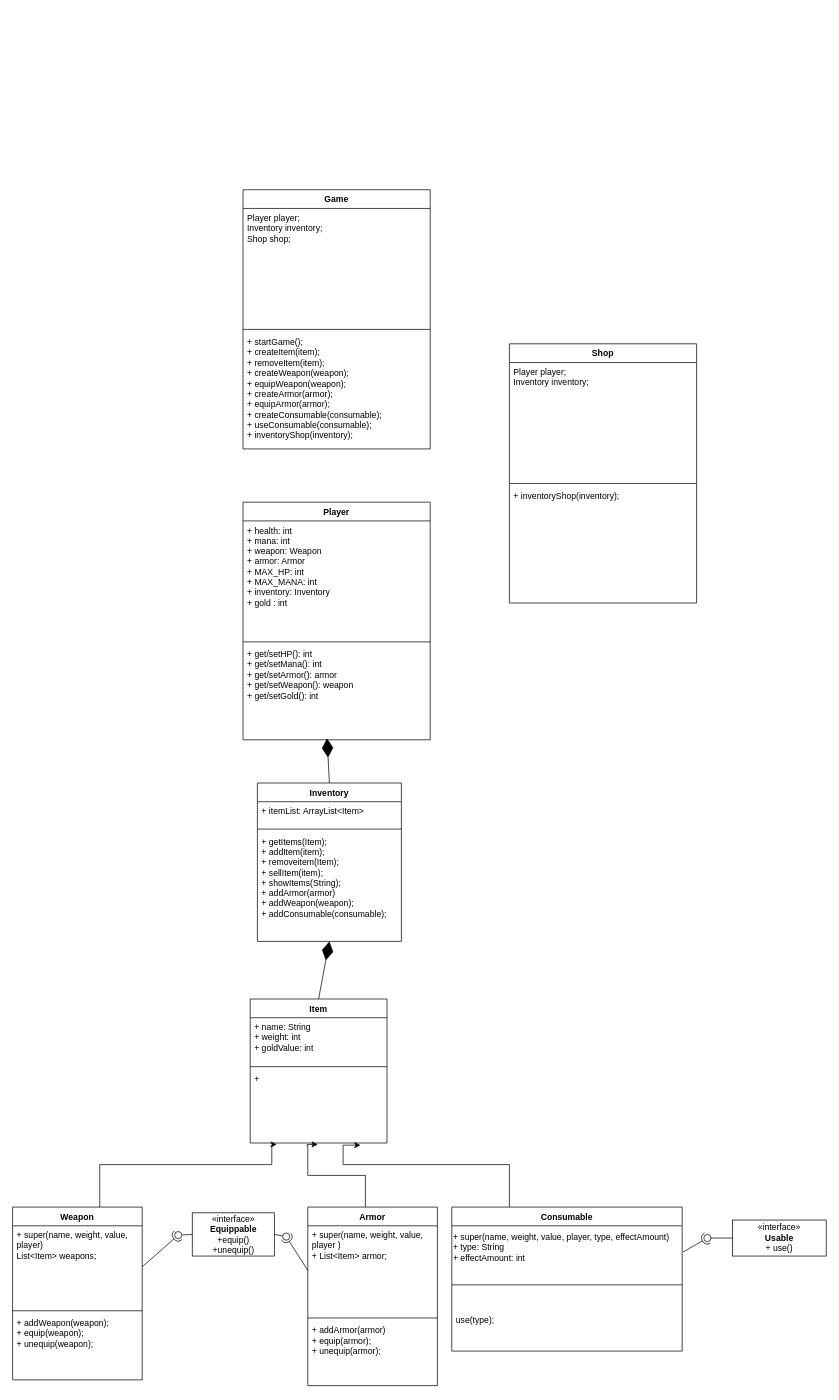
The draw.io diagram RPG-Slutuppgift-2024.drawio in Mezea11/RPG-Slutuppgift.2024, before the edit. Source tidied: cells renumbered, new cells numbered last; positions are measured from the earlier drawing's top-left corner, leaving out a move shared by most shapes. Both pictures are drawn from the tidied source at 72%, with x=0, y=0 at pixel (12, 189).
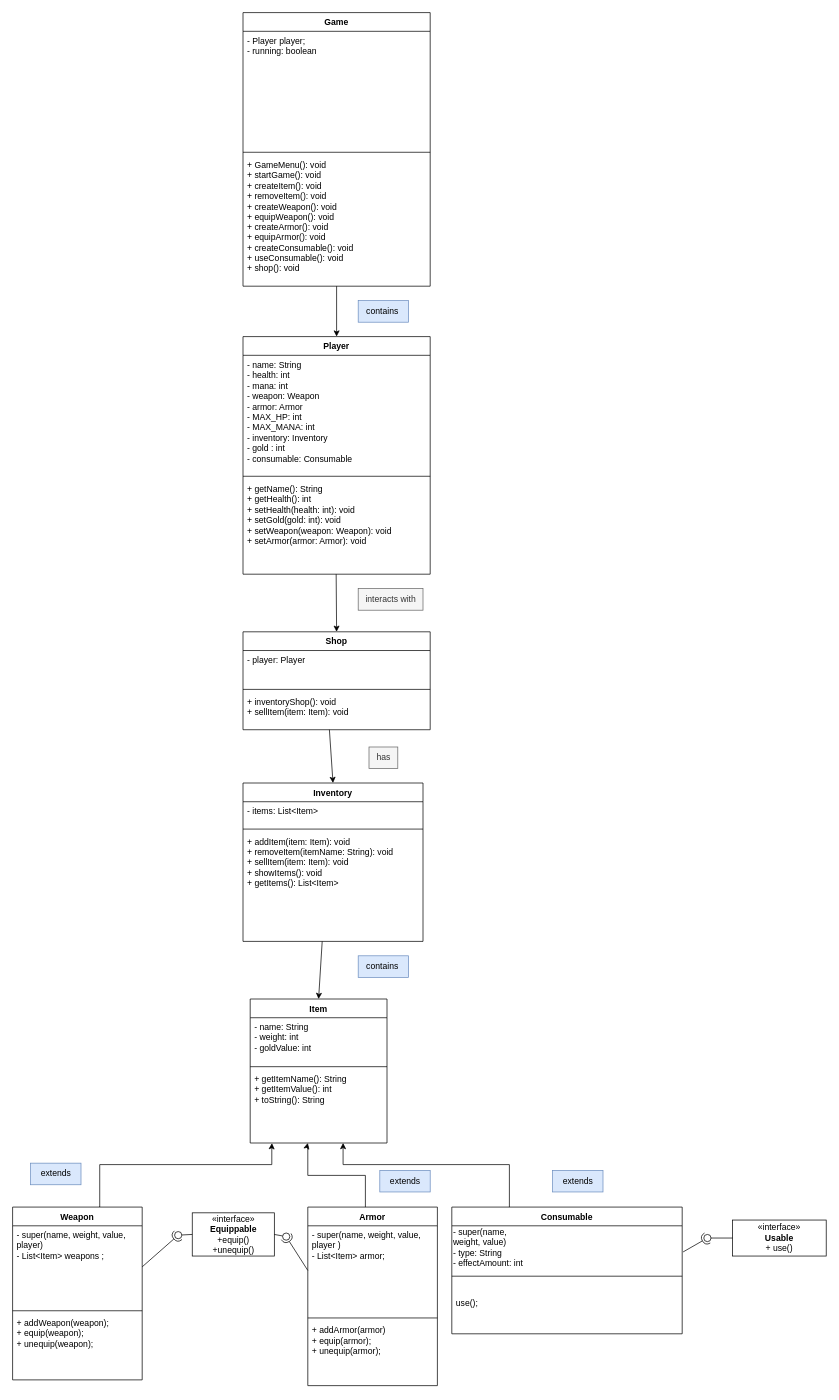
The same page after the edit.

The change refers to these unchanged cells:
```xml
<mxCell id="6" value="Item" style="swimlane;fontStyle=1;align=center;verticalAlign=top;horizontal=1;startSize=26;whiteSpace=wrap;html=1;" parent="1" vertex="1">
  <mxGeometry x="330" y="1124" width="190" height="200" as="geometry" />
</mxCell>
<mxCell id="10" value="Armor" style="swimlane;fontStyle=1;align=center;verticalAlign=top;horizontal=1;startSize=26;whiteSpace=wrap;html=1;" parent="1" vertex="1">
  <mxGeometry x="410" y="1413" width="180" height="248" as="geometry" />
</mxCell>
<mxCell id="33" value="Weapon" style="swimlane;fontStyle=1;align=center;verticalAlign=top;horizontal=1;startSize=26;whiteSpace=wrap;html=1;" parent="1" vertex="1">
  <mxGeometry y="1413" width="180" height="240" as="geometry" />
</mxCell>
```

What changed in the source:
```diff
@@
     <mxCell id="2" value="Inventory" style="swimlane;fontStyle=1;align=center;verticalAlign=top;horizontal=1;startSize=26;whiteSpace=wrap;html=1;" parent="1" vertex="1">
-      <mxGeometry x="340" y="824" width="200" height="220" as="geometry" />
+      <mxGeometry x="320" y="824" width="250" height="220" as="geometry" />
     </mxCell>
-    <mxCell id="3" value="+ itemList: ArrayList&amp;lt;Item&amp;gt;" style="text;strokeColor=none;fillColor=none;align=left;verticalAlign=top;spacingLeft=4;spacingRight=4;overflow=hidden;whiteSpace=wrap;html=1;" parent="2" vertex="1">
-      <mxGeometry y="26" width="200" height="34" as="geometry" />
+    <mxCell id="3" value="- items: List&amp;lt;Item&amp;gt;" style="text;strokeColor=none;fillColor=none;align=left;verticalAlign=top;spacingLeft=4;spacingRight=4;overflow=hidden;whiteSpace=wrap;html=1;" parent="2" vertex="1">
+      <mxGeometry y="26" width="250" height="34" as="geometry" />
     </mxCell>
     <mxCell id="4" style="line;strokeWidth=1;fillColor=none;align=left;verticalAlign=middle;spacingTop=-1;spacingLeft=3;spacingRight=3;labelPosition=right;strokeColor=inherit;" parent="2" vertex="1">
-      <mxGeometry y="60" width="200" height="8" as="geometry" />
+      <mxGeometry y="60" width="250" height="8" as="geometry" />
     </mxCell>
-    <mxCell id="5" value="&lt;div&gt;&lt;span style=&quot;background-color: initial; color: rgb(0, 0, 0); --darkreader-inline-bgcolor: initial; --darkreader-inline-color: #e8e6e3;&quot;&gt;+ getItems(Item);&lt;/span&gt;&lt;/div&gt;&lt;div&gt;&lt;span style=&quot;background-color: initial;&quot;&gt;+ addItem(item);&lt;/span&gt;&lt;/div&gt;&lt;div&gt;+ removeitem(Item);&lt;br&gt;&lt;/div&gt;&lt;div&gt;+ sellItem(item);&lt;/div&gt;&lt;div&gt;+ showItems(String);&lt;/div&gt;&lt;div&gt;+ addArmor(armor)&lt;/div&gt;&lt;div&gt;+ addWeapon(weapon);&lt;/div&gt;&lt;div&gt;+ addConsumable(consumable);&lt;/div&gt;" style="text;strokeColor=none;fillColor=none;align=left;verticalAlign=top;spacingLeft=4;spacingRight=4;overflow=hidden;whiteSpace=wrap;html=1;" parent="2" vertex="1">
-      <mxGeometry y="68" width="200" height="152" as="geometry" />
+    <mxCell id="5" value="+ addItem(item: Item): void&lt;div&gt;+ removeItem(itemName: String): void&lt;/div&gt;&lt;div&gt;+ sellItem(item: Item): void&lt;/div&gt;&lt;div&gt;+ showItems(): void&lt;/div&gt;&lt;div&gt;+ getItems(): List&amp;lt;Item&amp;gt;&lt;/div&gt;" style="text;strokeColor=none;fillColor=none;align=left;verticalAlign=top;spacingLeft=4;spacingRight=4;overflow=hidden;whiteSpace=wrap;html=1;" parent="2" vertex="1">
+      <mxGeometry y="68" width="250" height="152" as="geometry" />
     </mxCell>
@@
-    <mxCell id="7" value="+ name: String&lt;div&gt;+ weight: int&lt;/div&gt;&lt;div&gt;+ goldValue: int&lt;/div&gt;" style="text;strokeColor=none;fillColor=none;align=left;verticalAlign=top;spacingLeft=4;spacingRight=4;overflow=hidden;whiteSpace=wrap;html=1;" parent="6" vertex="1">
+    <mxCell id="7" value="- name: String&lt;div&gt;- weight: int&lt;/div&gt;&lt;div&gt;- goldValue: int&lt;/div&gt;" style="text;strokeColor=none;fillColor=none;align=left;verticalAlign=top;spacingLeft=4;spacingRight=4;overflow=hidden;whiteSpace=wrap;html=1;" parent="6" vertex="1">
       <mxGeometry y="26" width="190" height="64" as="geometry" />
     </mxCell>
@@
-    <mxCell id="9" value="+" style="text;strokeColor=none;fillColor=none;align=left;verticalAlign=top;spacingLeft=4;spacingRight=4;overflow=hidden;points=[[0,0.5],[1,0.5]];portConstraint=eastwest;whiteSpace=wrap;html=1;" parent="6" vertex="1">
+    <mxCell id="9" value="+ getItemName(): String&lt;div&gt;+ getItemValue(): int&lt;/div&gt;&lt;div&gt;+ toString(): String&amp;nbsp;&lt;/div&gt;" style="text;strokeColor=none;fillColor=none;align=left;verticalAlign=top;spacingLeft=4;spacingRight=4;overflow=hidden;points=[[0,0.5],[1,0.5]];portConstraint=eastwest;whiteSpace=wrap;html=1;" parent="6" vertex="1">
       <mxGeometry y="98" width="190" height="102" as="geometry" />
     </mxCell>
@@
-    <mxCell id="11" value="&lt;div&gt;+ super(name, weight, value, player )&lt;br&gt;&lt;/div&gt;&lt;div&gt;+ List&amp;lt;Item&amp;gt; armor;&lt;/div&gt;" style="text;strokeColor=none;fillColor=none;align=left;verticalAlign=top;spacingLeft=4;spacingRight=4;overflow=hidden;points=[[0,0.5],[1,0.5]];portConstraint=eastwest;whiteSpace=wrap;html=1;" parent="10" vertex="1">
+    <mxCell id="11" value="&lt;div&gt;- super(name, weight, value, player )&lt;br&gt;&lt;/div&gt;&lt;div&gt;- List&amp;lt;Item&amp;gt; armor;&lt;/div&gt;" style="text;strokeColor=none;fillColor=none;align=left;verticalAlign=top;spacingLeft=4;spacingRight=4;overflow=hidden;points=[[0,0.5],[1,0.5]];portConstraint=eastwest;whiteSpace=wrap;html=1;" parent="10" vertex="1">
       <mxGeometry y="26" width="180" height="124" as="geometry" />
     </mxCell>
@@
     <mxCell id="14" value="Consumable" style="swimlane;fontStyle=1;align=center;verticalAlign=top;horizontal=1;startSize=26;whiteSpace=wrap;html=1;" parent="1" vertex="1">
-      <mxGeometry x="610" y="1413" width="320" height="200" as="geometry" />
+      <mxGeometry x="610" y="1413" width="320" height="176" as="geometry" />
     </mxCell>
-    <mxCell id="15" value="+ super(name, weight, value, player, type, effectAmount)&lt;div&gt;+ type: String&lt;/div&gt;&lt;div&gt;+ effectAmount: int&lt;/div&gt;" style="text;html=1;align=left;verticalAlign=middle;points=[];strokeColor=none;fillColor=none;" parent="14" vertex="1">
+    <mxCell id="15" value="&lt;div&gt;-&amp;nbsp;&lt;span style=&quot;text-wrap: wrap; background-color: initial;&quot;&gt;super(name, weight, value)&lt;/span&gt;&lt;/div&gt;&lt;div&gt;- type: String&lt;/div&gt;&lt;div&gt;- effectAmount: int&lt;/div&gt;" style="text;html=1;align=left;verticalAlign=middle;points=[];strokeColor=none;fillColor=none;" parent="14" vertex="1">
       <mxGeometry y="26" width="320" height="60" as="geometry" />
     </mxCell>
     <mxCell id="16" style="line;strokeWidth=1;fillColor=none;align=left;verticalAlign=middle;spacingTop=-1;spacingLeft=3;spacingRight=3;labelPosition=right;strokeColor=inherit;" parent="14" vertex="1">
-      <mxGeometry y="86" width="320" height="44" as="geometry" />
+      <mxGeometry y="86" width="320" height="20" as="geometry" />
     </mxCell>
-    <mxCell id="17" value="&lt;div&gt;&lt;br&gt;&lt;/div&gt;use(type);" style="text;strokeColor=none;fillColor=none;align=left;verticalAlign=top;spacingLeft=4;spacingRight=4;overflow=hidden;whiteSpace=wrap;html=1;" parent="14" vertex="1">
-      <mxGeometry y="130" width="320" height="70" as="geometry" />
+    <mxCell id="17" value="&lt;div&gt;&lt;br&gt;&lt;/div&gt;use();" style="text;strokeColor=none;fillColor=none;align=left;verticalAlign=top;spacingLeft=4;spacingRight=4;overflow=hidden;whiteSpace=wrap;html=1;" parent="14" vertex="1">
+      <mxGeometry y="106" width="320" height="70" as="geometry" />
     </mxCell>
@@
-    <mxCell id="20" style="edgeStyle=orthogonalEdgeStyle;rounded=0;jettySize=auto;html=1;entryX=0.194;entryY=1.02;entryDx=0;entryDy=0;entryPerimeter=0;" parent="1" edge="1" target="9">
+    <mxCell id="20" style="edgeStyle=orthogonalEdgeStyle;rounded=0;jettySize=auto;html=1;entryX=0.159;entryY=1.002;entryDx=0;entryDy=0;entryPerimeter=0;" parent="1" edge="1" target="9">
       <mxGeometry relative="1" as="geometry">
         <mxPoint x="120" y="1413" as="sourcePoint" />
         <Array as="points">
           <mxPoint x="121" y="1413" />
           <mxPoint x="121" y="1354" />
           <mxPoint x="360" y="1354" />
           <mxPoint x="360" y="1328" />
-          <mxPoint x="361" y="1328" />
         </Array>
       </mxGeometry>
     </mxCell>
-    <mxCell id="21" style="edgeStyle=orthogonalEdgeStyle;rounded=0;jettySize=auto;html=1;entryX=0.494;entryY=1.02;entryDx=0;entryDy=0;entryPerimeter=0;" parent="1" edge="1" source="10" target="9">
+    <mxCell id="21" style="edgeStyle=orthogonalEdgeStyle;rounded=0;jettySize=auto;html=1;" parent="1" edge="1" source="10">
       <mxGeometry relative="1" as="geometry">
+        <mxPoint x="410" y="1324" as="targetPoint" />
         <Array as="points">
           <mxPoint x="490" y="1369" />
           <mxPoint x="410" y="1369" />
           <mxPoint x="410" y="1328" />
           <mxPoint x="409" y="1328" />
         </Array>
       </mxGeometry>
     </mxCell>
-    <mxCell id="22" style="edgeStyle=orthogonalEdgeStyle;rounded=0;jettySize=auto;html=1;entryX=0.806;entryY=1.029;entryDx=0;entryDy=0;entryPerimeter=0;" parent="1" edge="1" source="14" target="9">
+    <mxCell id="22" style="edgeStyle=orthogonalEdgeStyle;rounded=0;jettySize=auto;html=1;" parent="1" edge="1" source="14" target="9">
       <mxGeometry relative="1" as="geometry">
         <Array as="points">
           <mxPoint x="690" y="1354" />
           <mxPoint x="459" y="1354" />
         </Array>
       </mxGeometry>
     </mxCell>
-    <mxCell id="23" style="endArrow=diamondThin;endFill=1;endSize=24;html=1;rounded=0;exitX=0.5;exitY=0;exitDx=0;exitDy=0;" parent="1" edge="1" source="6">
-      <mxGeometry relative="1" as="geometry">
-        <mxPoint x="440" y="1044" as="targetPoint" />
-      </mxGeometry>
-    </mxCell>
@@
-    <mxCell id="34" value="&lt;div&gt;+ super(name, weight, value, player)&lt;/div&gt;&lt;div&gt;List&amp;lt;Item&amp;gt; weapons;&lt;/div&gt;&lt;div&gt;&lt;br&gt;&lt;/div&gt;" style="text;strokeColor=none;fillColor=none;align=left;verticalAlign=top;spacingLeft=4;spacingRight=4;overflow=hidden;points=[[0,0.5],[1,0.5]];portConstraint=eastwest;whiteSpace=wrap;html=1;" parent="33" vertex="1">
+    <mxCell id="34" value="&lt;div&gt;- super(name, weight, value, player)&lt;/div&gt;&lt;div&gt;- List&amp;lt;Item&amp;gt; weapons ;&lt;/div&gt;&lt;div&gt;&lt;br&gt;&lt;/div&gt;" style="text;strokeColor=none;fillColor=none;align=left;verticalAlign=top;spacingLeft=4;spacingRight=4;overflow=hidden;points=[[0,0.5],[1,0.5]];portConstraint=eastwest;whiteSpace=wrap;html=1;" parent="33" vertex="1">
       <mxGeometry y="26" width="180" height="114" as="geometry" />
     </mxCell>
@@
     <mxCell id="37" value="Player" style="swimlane;fontStyle=1;align=center;verticalAlign=top;horizontal=1;startSize=26;whiteSpace=wrap;html=1;" parent="1" vertex="1">
-      <mxGeometry x="320" y="434" width="260" height="330" as="geometry" />
+      <mxGeometry x="320" y="204" width="260" height="330" as="geometry" />
     </mxCell>
-    <mxCell id="38" value="+ health: int&lt;div&gt;+ mana: int&lt;/div&gt;&lt;div&gt;+ weapon: Weapon&lt;/div&gt;&lt;div&gt;+ armor: Armor&lt;/div&gt;&lt;div&gt;+ MAX_HP: int&lt;/div&gt;&lt;div&gt;+ MAX_MANA: int&lt;/div&gt;&lt;div&gt;+ inventory: Inventory&lt;/div&gt;&lt;div&gt;+ gold : int&amp;nbsp;&lt;/div&gt;&lt;div&gt;&lt;br&gt;&lt;/div&gt;" style="text;strokeColor=none;fillColor=none;align=left;verticalAlign=top;spacingLeft=4;spacingRight=4;overflow=hidden;whiteSpace=wrap;html=1;" parent="37" vertex="1">
+    <mxCell id="38" value="&lt;div&gt;- name: String&lt;/div&gt;- health: int&lt;div&gt;- mana: int&lt;/div&gt;&lt;div&gt;- weapon: Weapon&lt;/div&gt;&lt;div&gt;- armor: Armor&lt;/div&gt;&lt;div&gt;- MAX_HP: int&lt;/div&gt;&lt;div&gt;- MAX_MANA: int&lt;/div&gt;&lt;div&gt;- inventory: Inventory&lt;/div&gt;&lt;div&gt;- gold : int&lt;/div&gt;&lt;div&gt;- consumable: Consumable&lt;/div&gt;&lt;div&gt;&lt;br&gt;&lt;/div&gt;" style="text;strokeColor=none;fillColor=none;align=left;verticalAlign=top;spacingLeft=4;spacingRight=4;overflow=hidden;whiteSpace=wrap;html=1;" parent="37" vertex="1">
       <mxGeometry y="26" width="260" height="164" as="geometry" />
     </mxCell>
@@
-    <mxCell id="40" value="&lt;div&gt;+ get/setHP(): int&lt;/div&gt;&lt;div&gt;+ get/setMana(): int&lt;/div&gt;&lt;div&gt;+ get/setArmor(): armor&lt;/div&gt;&lt;div&gt;+ get/setWeapon(): weapon&lt;/div&gt;&lt;div&gt;+ get/setGold(): int&lt;/div&gt;&lt;div&gt;&lt;br&gt;&lt;/div&gt;" style="text;strokeColor=none;fillColor=none;align=left;verticalAlign=top;spacingLeft=4;spacingRight=4;overflow=hidden;points=[[0,0.5],[1,0.5]];portConstraint=eastwest;whiteSpace=wrap;html=1;" parent="37" vertex="1">
+    <mxCell id="40" value="&lt;div&gt;+ getName(): String&lt;/div&gt;&lt;div&gt;+ getHealth(): int&lt;/div&gt;&lt;div&gt;+ setHealth(health: int): void&lt;/div&gt;&lt;div&gt;+ setGold(gold: int): void&lt;/div&gt;&lt;div&gt;+ setWeapon(weapon: Weapon): void&lt;/div&gt;&lt;div&gt;+ setArmor(armor: Armor): void&amp;nbsp;&lt;/div&gt;" style="text;strokeColor=none;fillColor=none;align=left;verticalAlign=top;spacingLeft=4;spacingRight=4;overflow=hidden;points=[[0,0.5],[1,0.5]];portConstraint=eastwest;whiteSpace=wrap;html=1;" parent="37" vertex="1">
       <mxGeometry y="198" width="260" height="132" as="geometry" />
     </mxCell>
-    <mxCell id="41" style="endArrow=diamondThin;endFill=1;endSize=24;html=1;rounded=0;entryX=0.449;entryY=0.984;entryDx=0;entryDy=0;entryPerimeter=0;exitX=0.5;exitY=0;exitDx=0;exitDy=0;" parent="1" edge="1" source="2" target="40">
-      <mxGeometry relative="1" as="geometry" />
-    </mxCell>
     <mxCell id="42" value="Game" style="swimlane;fontStyle=1;align=center;verticalAlign=top;horizontal=1;startSize=26;whiteSpace=wrap;html=1;" parent="1" vertex="1">
-      <mxGeometry x="320" width="260" height="360" as="geometry" />
+      <mxGeometry x="320" y="-246" width="260" height="380" as="geometry" />
     </mxCell>
-    <mxCell id="43" value="Player player;&lt;div&gt;Inventory inventory;&lt;/div&gt;&lt;div&gt;Shop shop;&lt;/div&gt;&lt;div&gt;&lt;br&gt;&lt;/div&gt;" style="text;strokeColor=none;fillColor=none;align=left;verticalAlign=top;spacingLeft=4;spacingRight=4;overflow=hidden;whiteSpace=wrap;html=1;" parent="42" vertex="1">
+    <mxCell id="43" value="- Player player;&lt;div&gt;- running: boolean&lt;/div&gt;" style="text;strokeColor=none;fillColor=none;align=left;verticalAlign=top;spacingLeft=4;spacingRight=4;overflow=hidden;whiteSpace=wrap;html=1;" parent="42" vertex="1">
       <mxGeometry y="26" width="260" height="164" as="geometry" />
     </mxCell>
@@
-    <mxCell id="45" value="+ startGame();&lt;div&gt;+ createItem(item);&lt;/div&gt;&lt;div&gt;+ removeItem(item);&lt;/div&gt;&lt;div&gt;+ createWeapon(weapon);&lt;/div&gt;&lt;div&gt;+ equipWeapon(weapon);&lt;/div&gt;&lt;div&gt;+ createArmor(armor);&lt;/div&gt;&lt;div&gt;+ equipArmor(armor);&lt;/div&gt;&lt;div&gt;+ createConsumable(consumable);&lt;/div&gt;&lt;div&gt;+ useConsumable(consumable);&lt;/div&gt;&lt;div&gt;+ inventoryShop(inventory);&lt;/div&gt;" style="text;strokeColor=none;fillColor=none;align=left;verticalAlign=top;spacingLeft=4;spacingRight=4;overflow=hidden;whiteSpace=wrap;html=1;" parent="42" vertex="1">
-      <mxGeometry y="198" width="260" height="162" as="geometry" />
+    <mxCell id="45" value="+ GameMenu(): void&lt;div&gt;+ startGame(): void&lt;br&gt;&lt;div&gt;+ createItem(): void&lt;/div&gt;&lt;div&gt;+ removeItem(): void&amp;nbsp;&lt;/div&gt;&lt;div&gt;+ createWeapon(): void&lt;/div&gt;&lt;div&gt;+ equipWeapon(): void&lt;/div&gt;&lt;div&gt;+ createArmor(): void&amp;nbsp;&lt;/div&gt;&lt;div&gt;+ equipArmor(): void&lt;/div&gt;&lt;div&gt;+ createConsumable(): void&lt;/div&gt;&lt;div&gt;+ useConsumable(): void&lt;/div&gt;&lt;div&gt;+ shop(): void&lt;/div&gt;&lt;/div&gt;" style="text;strokeColor=none;fillColor=none;align=left;verticalAlign=top;spacingLeft=4;spacingRight=4;overflow=hidden;whiteSpace=wrap;html=1;" parent="42" vertex="1">
+      <mxGeometry y="198" width="260" height="182" as="geometry" />
     </mxCell>
+    <mxCell id="50" style="endArrow=classic;html=1;rounded=0;entryX=0.5;entryY=0;entryDx=0;entryDy=0;" parent="42" edge="1" target="37">
+      <mxGeometry relative="1" as="geometry">
+        <mxPoint x="130" y="380" as="sourcePoint" />
+      </mxGeometry>
+    </mxCell>
     <mxCell id="46" value="Shop" style="swimlane;fontStyle=1;align=center;verticalAlign=top;horizontal=1;startSize=26;whiteSpace=wrap;html=1;" parent="1" vertex="1">
-      <mxGeometry x="690" y="214" width="260" height="360" as="geometry" />
+      <mxGeometry x="320" y="614" width="260" height="136" as="geometry" />
     </mxCell>
-    <mxCell id="47" value="Player player;&lt;div&gt;Inventory inventory;&lt;/div&gt;&lt;div&gt;&lt;br&gt;&lt;/div&gt;" style="text;strokeColor=none;fillColor=none;align=left;verticalAlign=top;spacingLeft=4;spacingRight=4;overflow=hidden;whiteSpace=wrap;html=1;" parent="46" vertex="1">
-      <mxGeometry y="26" width="260" height="164" as="geometry" />
+    <mxCell id="47" value="- player: Player" style="text;strokeColor=none;fillColor=none;align=left;verticalAlign=top;spacingLeft=4;spacingRight=4;overflow=hidden;whiteSpace=wrap;html=1;" parent="46" vertex="1">
+      <mxGeometry y="26" width="260" height="50" as="geometry" />
     </mxCell>
     <mxCell id="48" style="line;strokeWidth=1;fillColor=none;align=left;verticalAlign=middle;spacingTop=-1;spacingLeft=3;spacingRight=3;labelPosition=right;strokeColor=inherit;" parent="46" vertex="1">
-      <mxGeometry y="190" width="260" height="8" as="geometry" />
+      <mxGeometry y="76" width="260" height="8" as="geometry" />
     </mxCell>
-    <mxCell id="49" value="+ inventoryShop(inventory);" style="text;strokeColor=none;fillColor=none;align=left;verticalAlign=top;spacingLeft=4;spacingRight=4;overflow=hidden;whiteSpace=wrap;html=1;" parent="46" vertex="1">
-      <mxGeometry y="198" width="260" height="162" as="geometry" />
+    <mxCell id="49" value="+ inventoryShop(): void&lt;div&gt;+ sellItem(item: Item): void&lt;/div&gt;" style="text;strokeColor=none;fillColor=none;align=left;verticalAlign=top;spacingLeft=4;spacingRight=4;overflow=hidden;whiteSpace=wrap;html=1;" parent="46" vertex="1">
+      <mxGeometry y="84" width="260" height="52" as="geometry" />
     </mxCell>
+    <mxCell id="51" value="interacts with" style="text;html=1;align=center;verticalAlign=middle;fillColor=#f5f5f5;fontColor=#333333;strokeColor=#666666;" parent="1" vertex="1">
+      <mxGeometry x="480" y="554" width="90" height="30" as="geometry" />
+    </mxCell>
+    <mxCell id="52" value="contains&amp;nbsp;" style="text;html=1;align=center;verticalAlign=middle;strokeColor=#6c8ebf;fillColor=#dae8fc;" parent="1" vertex="1">
+      <mxGeometry x="480" y="154" width="70" height="30" as="geometry" />
+    </mxCell>
+    <mxCell id="53" style="endArrow=classic;html=1;rounded=0;entryX=0.5;entryY=0;entryDx=0;entryDy=0;" parent="1" edge="1" target="46">
+      <mxGeometry relative="1" as="geometry">
+        <mxPoint x="449.4" y="534" as="sourcePoint" />
+      </mxGeometry>
+    </mxCell>
+    <mxCell id="54" style="endArrow=classic;html=1;rounded=0;entryX=0.5;entryY=0;entryDx=0;entryDy=0;" parent="1" edge="1" target="2">
+      <mxGeometry relative="1" as="geometry">
+        <mxPoint x="440" y="750" as="sourcePoint" />
+      </mxGeometry>
+    </mxCell>
+    <mxCell id="55" value="has" style="text;html=1;align=center;verticalAlign=middle;fillColor=#f5f5f5;fontColor=#333333;strokeColor=#666666;" parent="1" vertex="1">
+      <mxGeometry x="495" y="774" width="40" height="30" as="geometry" />
+    </mxCell>
+    <mxCell id="56" value="contains&amp;nbsp;" style="text;html=1;align=center;verticalAlign=middle;strokeColor=#6c8ebf;fillColor=#dae8fc;" parent="1" vertex="1">
+      <mxGeometry x="480" y="1064" width="70" height="30" as="geometry" />
+    </mxCell>
+    <mxCell id="57" value="extends" style="text;html=1;align=center;verticalAlign=middle;strokeColor=#6c8ebf;fillColor=#dae8fc;" parent="1" vertex="1">
+      <mxGeometry x="25" y="1352" width="70" height="30" as="geometry" />
+    </mxCell>
+    <mxCell id="58" value="extends" style="text;html=1;align=center;verticalAlign=middle;strokeColor=#6c8ebf;fillColor=#dae8fc;" parent="1" vertex="1">
+      <mxGeometry x="750" y="1362" width="70" height="30" as="geometry" />
+    </mxCell>
+    <mxCell id="59" value="extends" style="text;html=1;align=center;verticalAlign=middle;strokeColor=#6c8ebf;fillColor=#dae8fc;" parent="1" vertex="1">
+      <mxGeometry x="510" y="1362" width="70" height="30" as="geometry" />
+    </mxCell>
+    <mxCell id="60" style="endArrow=classic;html=1;rounded=0;entryX=0.5;entryY=0;entryDx=0;entryDy=0;" parent="1" edge="1" target="6">
+      <mxGeometry relative="1" as="geometry">
+        <mxPoint x="430" y="1044" as="sourcePoint" />
+      </mxGeometry>
+    </mxCell>
```
